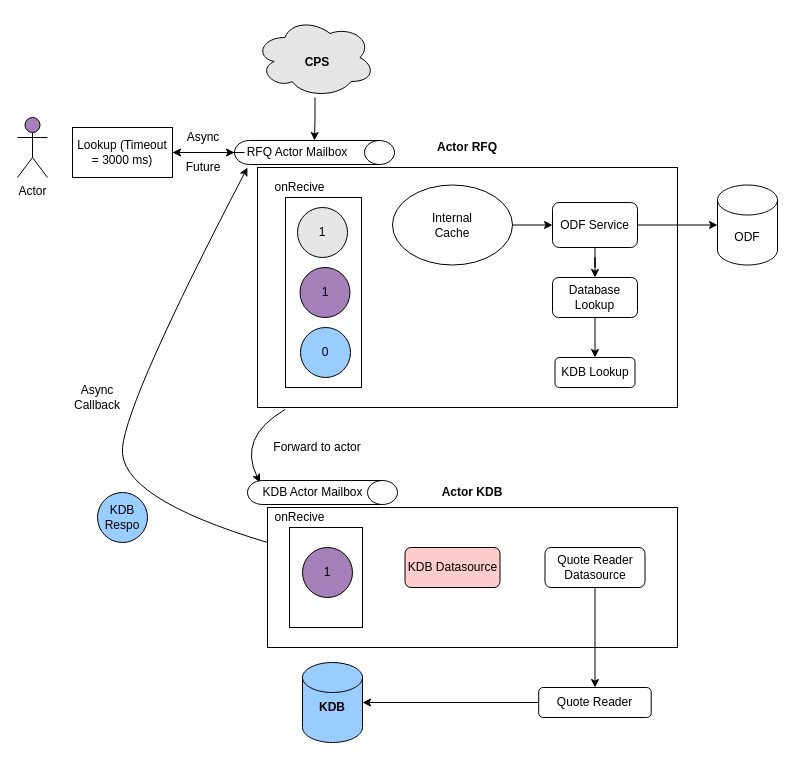
Earlier version of the draw.io diagram LookupService.drawio (bhargrah/drawio). Source tidied: cells renumbered, new cells numbered last; positions are measured from the earlier drawing's top-left corner, leaving out a move shared by most shapes. Both pictures are drawn from the tidied source at 100%, with x=0, y=0 at pixel (17, 17).
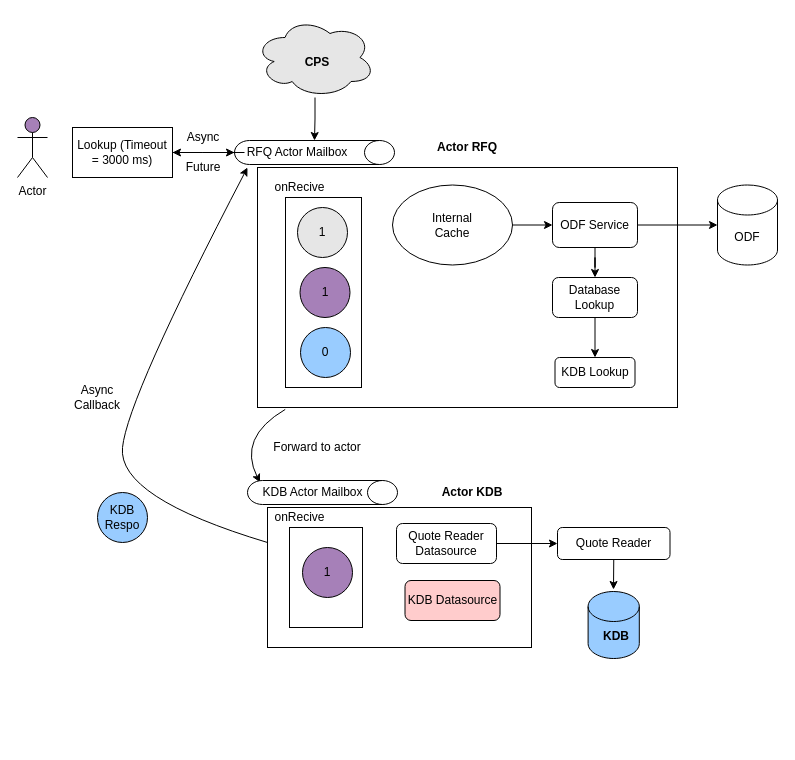
After the change.

Diff of the diagram source:
```diff
@@
     <mxCell id="3" style="rounded=0;whiteSpace=wrap;html=1;" parent="1" vertex="1">
-      <mxGeometry x="250" y="490" width="410" height="140" as="geometry" />
+      <mxGeometry x="250" y="490" width="264" height="140" as="geometry" />
     </mxCell>
@@
     <mxCell id="14" style="shape=cylinder3;whiteSpace=wrap;html=1;boundedLbl=1;backgroundOutline=1;size=15;fillColor=#99CCFF;" parent="1" vertex="1">
-      <mxGeometry x="285" y="645" width="60" height="80" as="geometry" />
+      <mxGeometry x="570.6" y="574" width="51.2" height="67" as="geometry" />
     </mxCell>
-    <mxCell id="15" value="&lt;b&gt;KDB&lt;/b&gt;" style="text;html=1;strokeColor=none;fillColor=none;align=center;verticalAlign=middle;whiteSpace=wrap;rounded=0;" parent="1" vertex="1">
-      <mxGeometry x="295" y="680" width="40" height="20" as="geometry" />
-    </mxCell>
@@
-    <mxCell id="26" style="edgeStyle=orthogonalEdgeStyle;rounded=0;jettySize=auto;html=1;entryX=1;entryY=0.5;entryDx=0;entryDy=0;entryPerimeter=0;" parent="1" edge="1" source="27" target="14">
-      <mxGeometry relative="1" as="geometry" />
-    </mxCell>
+    <mxCell id="49" style="edgeStyle=none;rounded=0;jettySize=auto;html=1;exitX=0.5;exitY=1;exitDx=0;exitDy=0;" parent="1" edge="1" source="27">
+      <mxGeometry relative="1" as="geometry">
+        <mxPoint x="596" y="572" as="targetPoint" />
+      </mxGeometry>
+    </mxCell>
     <mxCell id="27" value="Quote Reader" style="rounded=1;whiteSpace=wrap;html=1;fillColor=#FFFFFF;" parent="1" vertex="1">
-      <mxGeometry x="521.2" y="670" width="112.5" height="30" as="geometry" />
+      <mxGeometry x="540" y="510" width="112.5" height="32" as="geometry" />
     </mxCell>
@@
     <mxCell id="29" value="Quote Reader Datasource" style="rounded=1;whiteSpace=wrap;html=1;fillColor=#FFFFFF;" parent="1" vertex="1">
-      <mxGeometry x="527.5" y="530" width="100" height="40" as="geometry" />
+      <mxGeometry x="379" y="506" width="100" height="40" as="geometry" />
     </mxCell>
     <mxCell id="30" value="KDB Datasource" style="rounded=1;whiteSpace=wrap;html=1;fillColor=#FFCCCC;" parent="1" vertex="1">
-      <mxGeometry x="387.5" y="530" width="95" height="40" as="geometry" />
+      <mxGeometry x="387.5" y="563" width="95" height="40" as="geometry" />
     </mxCell>
@@
+    <mxCell id="15" value="&lt;b&gt;KDB&lt;/b&gt;" style="text;html=1;strokeColor=none;fillColor=none;align=center;verticalAlign=middle;whiteSpace=wrap;rounded=0;" parent="1" vertex="1">
+      <mxGeometry x="579" y="609" width="40" height="20" as="geometry" />
+    </mxCell>
```
